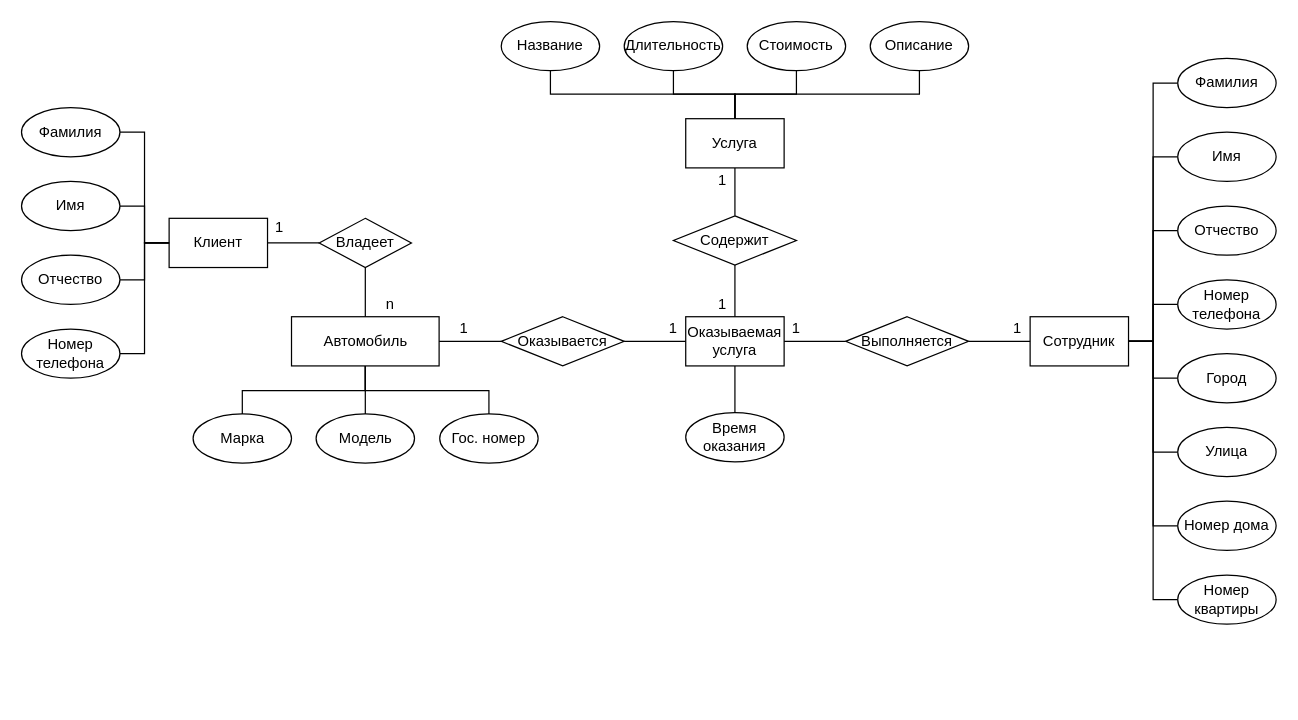
This is Concept.drawio from Mejioy/SUBD, a draw.io file, before an edit. Source tidied: cells renumbered, new cells numbered last; positions are measured from the earlier drawing's top-left corner, leaving out a move shared by most shapes. Both pictures are drawn from the tidied source at 123%, with x=0, y=0 at pixel (21, 21).
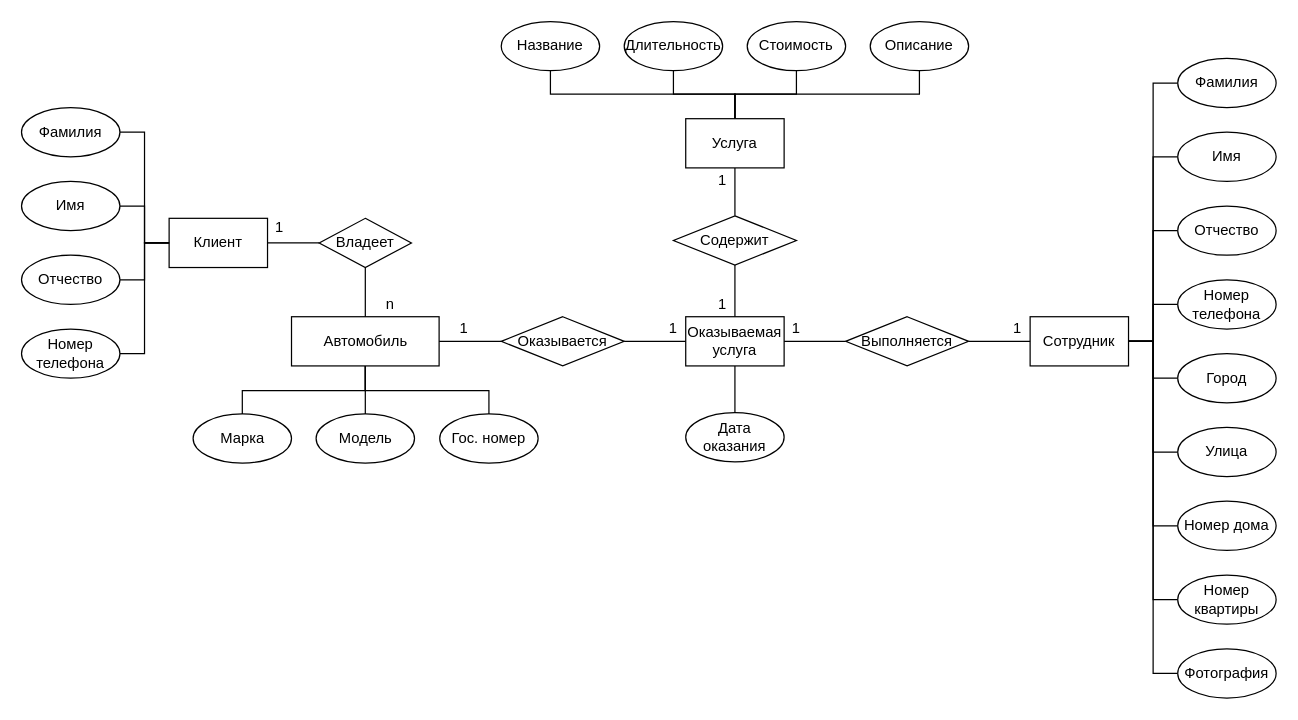
The same diagram, later.

The change refers to these unchanged cells:
```xml
<mxCell id="47" value="Сотрудник" style="rounded=0;whiteSpace=wrap;html=1;" parent="1" vertex="1">
  <mxGeometry x="820" y="240" width="80" height="40" as="geometry" />
</mxCell>
```

The edit, as a diff of the source:
```diff
@@
-    <mxCell id="21" value="Время оказания" style="ellipse;whiteSpace=wrap;html=1;" parent="1" vertex="1">
+    <mxCell id="21" value="Дата оказания" style="ellipse;whiteSpace=wrap;html=1;" parent="1" vertex="1">
       <mxGeometry x="540" y="318" width="80" height="40" as="geometry" />
     </mxCell>
@@
+    <mxCell id="67" style="edgeStyle=orthogonalEdgeStyle;rounded=0;jettySize=auto;html=1;exitX=1;exitY=0.5;exitDx=0;exitDy=0;entryX=0;entryY=0.5;entryDx=0;entryDy=0;endArrow=none;endFill=0;" parent="1" edge="1" source="47" target="68">
+      <mxGeometry relative="1" as="geometry" />
+    </mxCell>
@@
+    <mxCell id="68" value="Фотография" style="ellipse;whiteSpace=wrap;html=1;" parent="1" vertex="1">
+      <mxGeometry x="940" y="510" width="80" height="40" as="geometry" />
+    </mxCell>
```
